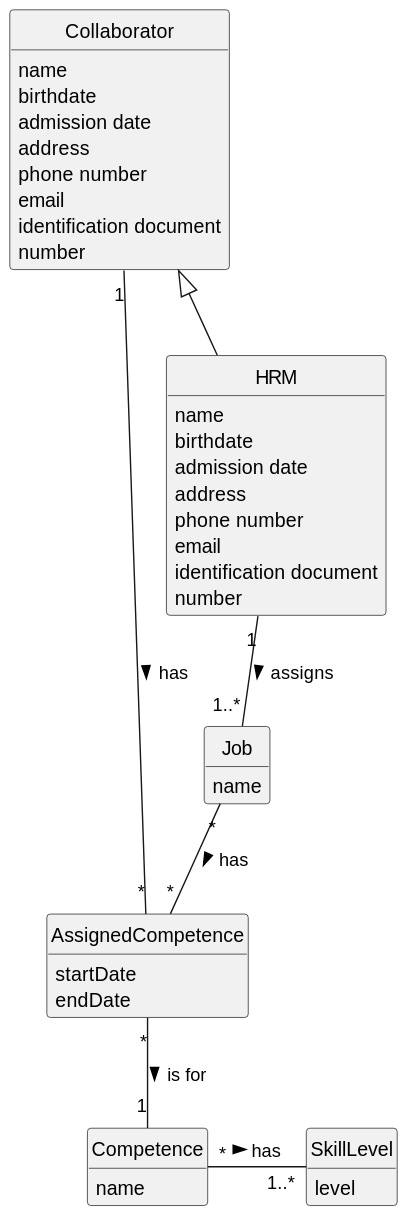
This is docs/sprintA/us004/02.analysis/svg/us004-domain-model.svg from diogoveirospro/lei-24-s2-1dg-g072, a PlantUML export, as it was before one commit.
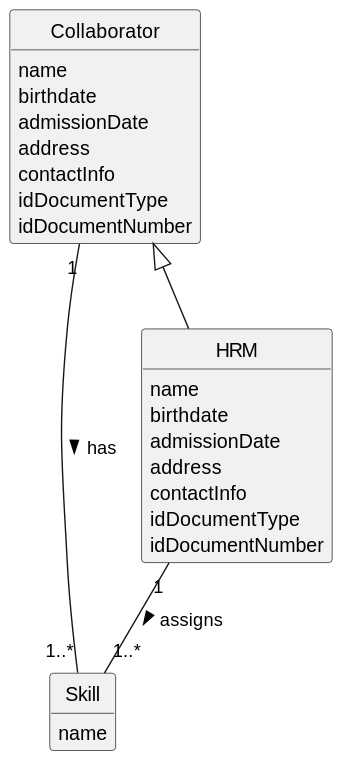
After the commit.

The edit, as a diff of the source:
```diff
@@ -10,51 +10,32 @@
 hide methods
 
 
-class Job {
-    name
-}
-
 class Collaborator {
    name
    birthdate
-   admission date
+   admissionDate
    address
-   phone number
-   email
-   identification document
-   number
+   contactInfo
+   idDocumentType
+   idDocumentNumber
 }
 
-class Competence {
+class Skill {
     name
-}
-
-class SkillLevel {
-    level
-}
-
-class AssignedCompetence {
-    startDate
-    endDate
 }
 
 class HRM {
    name
    birthdate
-   admission date
+   admissionDate
    address
-   phone number
-   email
-   identification document
-   number
+   contactInfo
+   idDocumentType
+   idDocumentNumber
 }
 
 
-
-HRM "1" -- "1..*" Job : assigns >
 Collaborator <|-- HRM
-Competence "*" - "1..*" SkillLevel : has >
-Collaborator "1" -- "*" AssignedCompetence : has >
-Job "*" -- "*" AssignedCompetence : has >
-AssignedCompetence "*" -- "1" Competence : is for >
+HRM "1" -- "1..*" Skill : assigns >
+Collaborator "1" -- "1..*" Skill : has >
 @enduml
```
